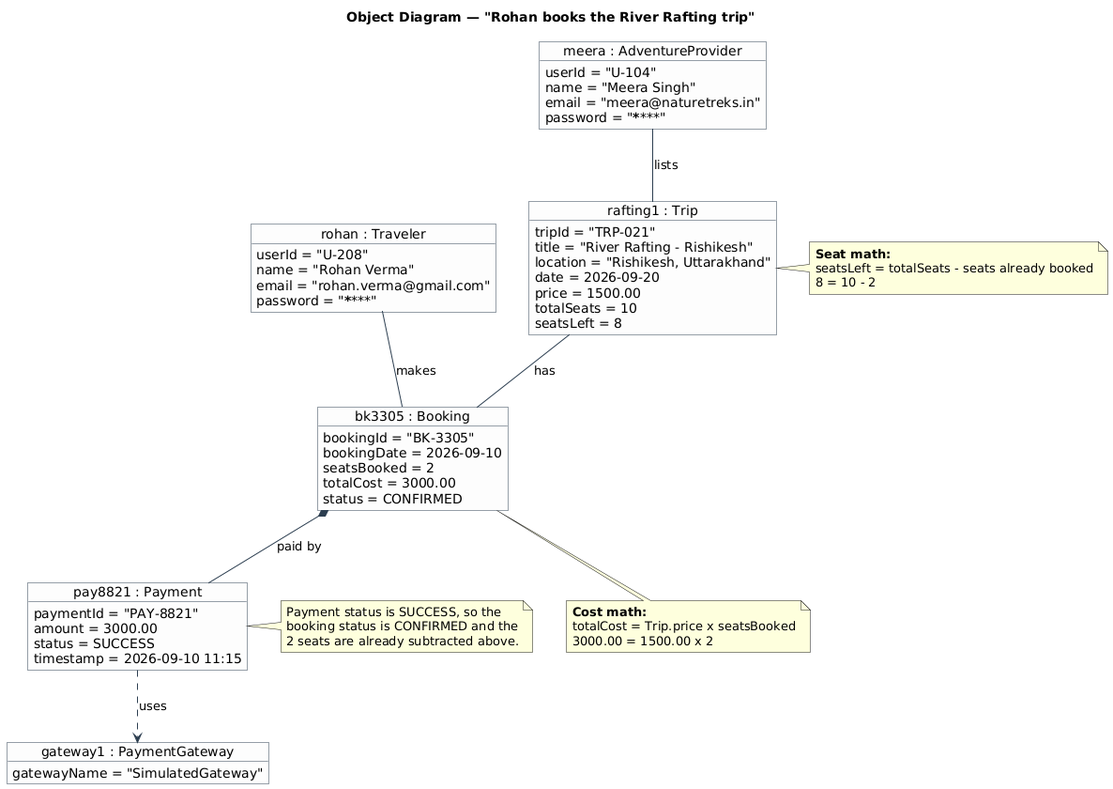
Earlier version of the PlantUML export docs/object-diagram.png (sakshamagrawalcode-cpu/adventure-booking-system). Source of this version:
```plantuml
@startuml object-diagram

skinparam shadowing false
skinparam object {
  BackgroundColor #FDFDFD
  BorderColor #2C3E50
  ArrowColor #2C3E50
}

title Object Diagram — "Rohan books the River Rafting trip"

object "meera : AdventureProvider" as provider1 {
  userId = "U-104"
  name = "Meera Singh"
  email = "meera@naturetreks.in"
  password = "********"
}

object "rafting1 : Trip" as trip1 {
  tripId = "TRP-021"
  title = "River Rafting - Rishikesh"
  location = "Rishikesh, Uttarakhand"
  date = 2026-09-20
  price = 1500.00
  totalSeats = 10
  seatsLeft = 8
}

object "rohan : Traveler" as traveler1 {
  userId = "U-208"
  name = "Rohan Verma"
  email = "rohan.verma@gmail.com"
  password = "********"
}

object "bk3305 : Booking" as booking1 {
  bookingId = "BK-3305"
  bookingDate = 2026-09-10
  seatsBooked = 2
  totalCost = 3000.00
  status = CONFIRMED
}

object "pay8821 : Payment" as payment1 {
  paymentId = "PAY-8821"
  amount = 3000.00
  status = SUCCESS
  timestamp = 2026-09-10 11:15
}

object "gateway1 : PaymentGateway" as gateway1 {
  gatewayName = "SimulatedGateway"
}


provider1 -- trip1    : lists
traveler1 -- booking1 : makes
trip1     -- booking1 : has
booking1  *-- payment1 : paid by
payment1  ..> gateway1 : uses


note right of trip1
  **Seat math:**
  seatsLeft = totalSeats - seats already booked
  8 = 10 - 2
end note

note bottom of booking1
  **Cost math:**
  totalCost = Trip.price x seatsBooked
  3000.00 = 1500.00 x 2
end note

note right of payment1
  Payment status is SUCCESS, so the
  booking status is CONFIRMED and the
  2 seats are already subtracted above.
end note

@enduml
```
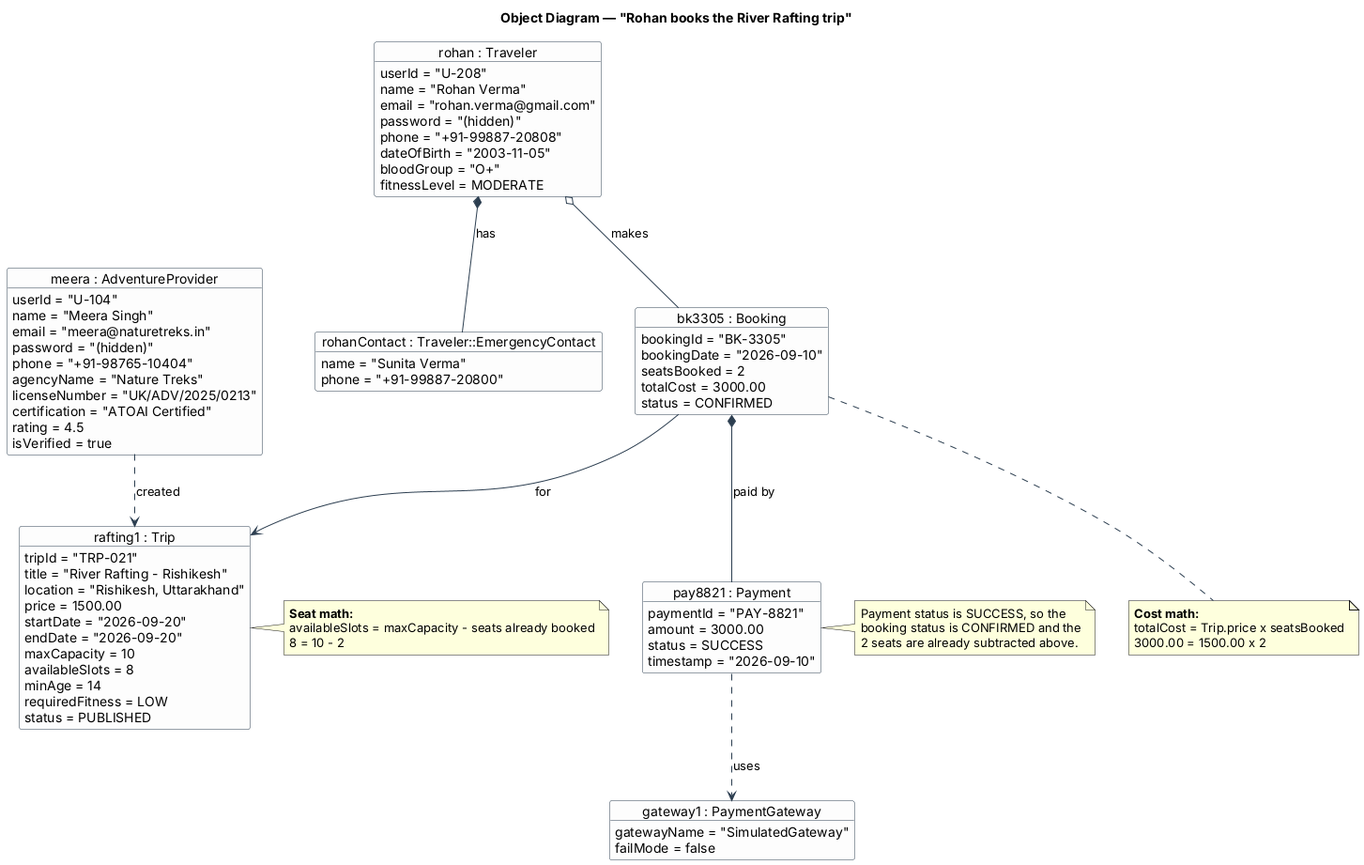
After the commit.

The edit, as a diff of the source:
```diff
@@ -13,29 +13,48 @@
   userId = "U-104"
   name = "Meera Singh"
   email = "meera@naturetreks.in"
-  password = "********"
+  password = "(hidden)"
+  phone = "+91-98765-10404"
+  agencyName = "Nature Treks"
+  licenseNumber = "UK/ADV/2025/0213"
+  certification = "ATOAI Certified"
+  rating = 4.5
+  isVerified = true
 }
 
 object "rafting1 : Trip" as trip1 {
   tripId = "TRP-021"
   title = "River Rafting - Rishikesh"
   location = "Rishikesh, Uttarakhand"
-  date = 2026-09-20
   price = 1500.00
-  totalSeats = 10
-  seatsLeft = 8
+  startDate = "2026-09-20"
+  endDate = "2026-09-20"
+  maxCapacity = 10
+  availableSlots = 8
+  minAge = 14
+  requiredFitness = LOW
+  status = PUBLISHED
 }
 
 object "rohan : Traveler" as traveler1 {
   userId = "U-208"
   name = "Rohan Verma"
   email = "rohan.verma@gmail.com"
-  password = "********"
+  password = "(hidden)"
+  phone = "+91-99887-20808"
+  dateOfBirth = "2003-11-05"
+  bloodGroup = "O+"
+  fitnessLevel = MODERATE
+}
+
+object "rohanContact : Traveler::EmergencyContact" as contact1 {
+  name = "Sunita Verma"
+  phone = "+91-99887-20800"
 }
 
 object "bk3305 : Booking" as booking1 {
   bookingId = "BK-3305"
-  bookingDate = 2026-09-10
+  bookingDate = "2026-09-10"
   seatsBooked = 2
   totalCost = 3000.00
   status = CONFIRMED
@@ -45,24 +64,26 @@
   paymentId = "PAY-8821"
   amount = 3000.00
   status = SUCCESS
-  timestamp = 2026-09-10 11:15
+  timestamp = "2026-09-10"
 }
 
 object "gateway1 : PaymentGateway" as gateway1 {
   gatewayName = "SimulatedGateway"
+  failMode = false
 }
 
 
-provider1 -- trip1    : lists
-traveler1 -- booking1 : makes
-trip1     -- booking1 : has
+provider1 ..> trip1    : created
+traveler1 *-- contact1 : has
+traveler1 o-- booking1 : makes
+booking1  --> trip1    : for
 booking1  *-- payment1 : paid by
 payment1  ..> gateway1 : uses
 
 
 note right of trip1
   **Seat math:**
-  seatsLeft = totalSeats - seats already booked
+  availableSlots = maxCapacity - seats already booked
   8 = 10 - 2
 end note
 
```
